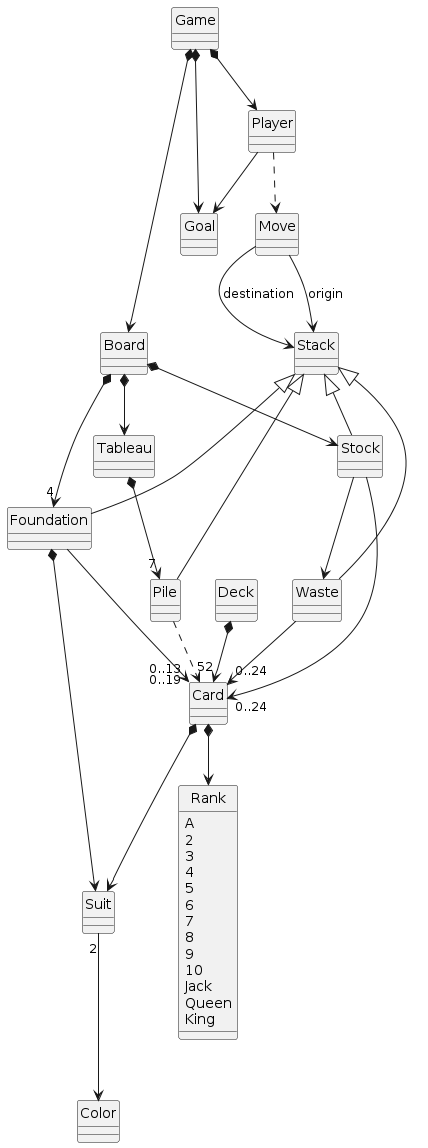
Before: 01-DomainModel/DomainModel.png, a diagram exported from PlantUML (marinasayols/MDWP1RUP-Klondike). Source of this version:
```plantuml
@startuml
hide circle

enum Rank {
 A
 2
 3
 4
 5
 6
 7
 8
 9
 10
 Jack
 Queen
 King
}

Game *--> Board
Game *--> Player
Game *--> Goal

Deck *--> "52" Card

Board *--> Stock
Board *--> Tableau
Board *--> "4" Foundation

Tableau *--> "7" Pile
Stock  -->  Waste
Stock  --> "0..24" Card
Pile ..> "0..19" Card
Foundation  --> "0..13" Card
Waste  --> "0..24" Card
Foundation  *--> Suit
Card  *-->  Suit
Card *--> Rank
Suit "2"--> Color

Player --> Goal
Player ..> Move

Move --> Stack : origin
Move --> Stack : destination
Stack <|-- Pile
Stack <|-- Stock
Stack <|-- Waste
Stack <|-- Foundation

@enduml
```
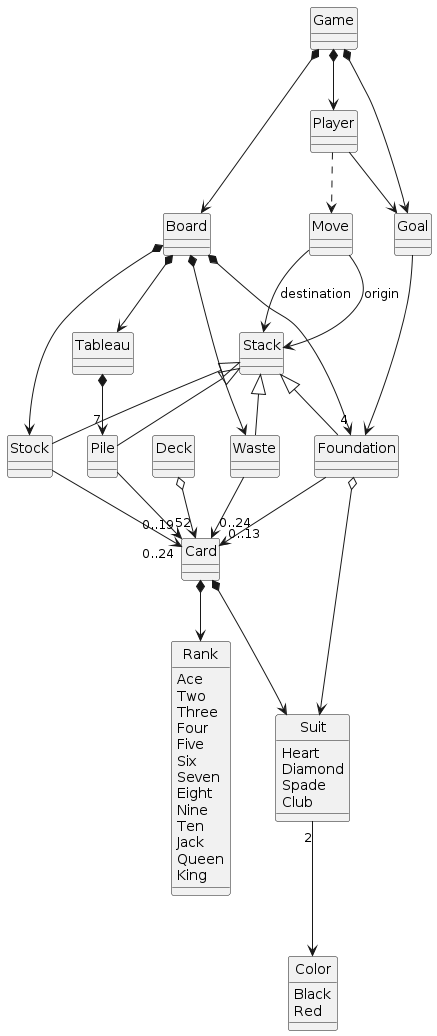
After the commit.

Commit message:
Update Domain Model

The edit, as a diff of the source:
```diff
@@ -2,38 +2,52 @@
 hide circle
 
 enum Rank {
- A
- 2
- 3
- 4
- 5
- 6
- 7
- 8
- 9
- 10
+ Ace
+ Two
+ Three
+ Four
+ Five
+ Six
+ Seven
+ Eight
+ Nine
+ Ten
  Jack
  Queen
  King
+}
+
+enum Suit {
+	Heart
+	Diamond
+	Spade
+	Club
+}
+
+enum Color {
+	Black
+	Red
 }
 
 Game *--> Board
 Game *--> Player
 Game *--> Goal
 
-Deck *--> "52" Card
+Goal --> Foundation
+
+Deck o--> "52" Card
 
 Board *--> Stock
+Board *--> Waste
 Board *--> Tableau
 Board *--> "4" Foundation
 
 Tableau *--> "7" Pile
-Stock  -->  Waste
 Stock  --> "0..24" Card
-Pile ..> "0..19" Card
+Pile --> "0..19" Card
 Foundation  --> "0..13" Card
 Waste  --> "0..24" Card
-Foundation  *--> Suit
+Foundation  o--> Suit
 Card  *-->  Suit
 Card *--> Rank
 Suit "2"--> Color
```
